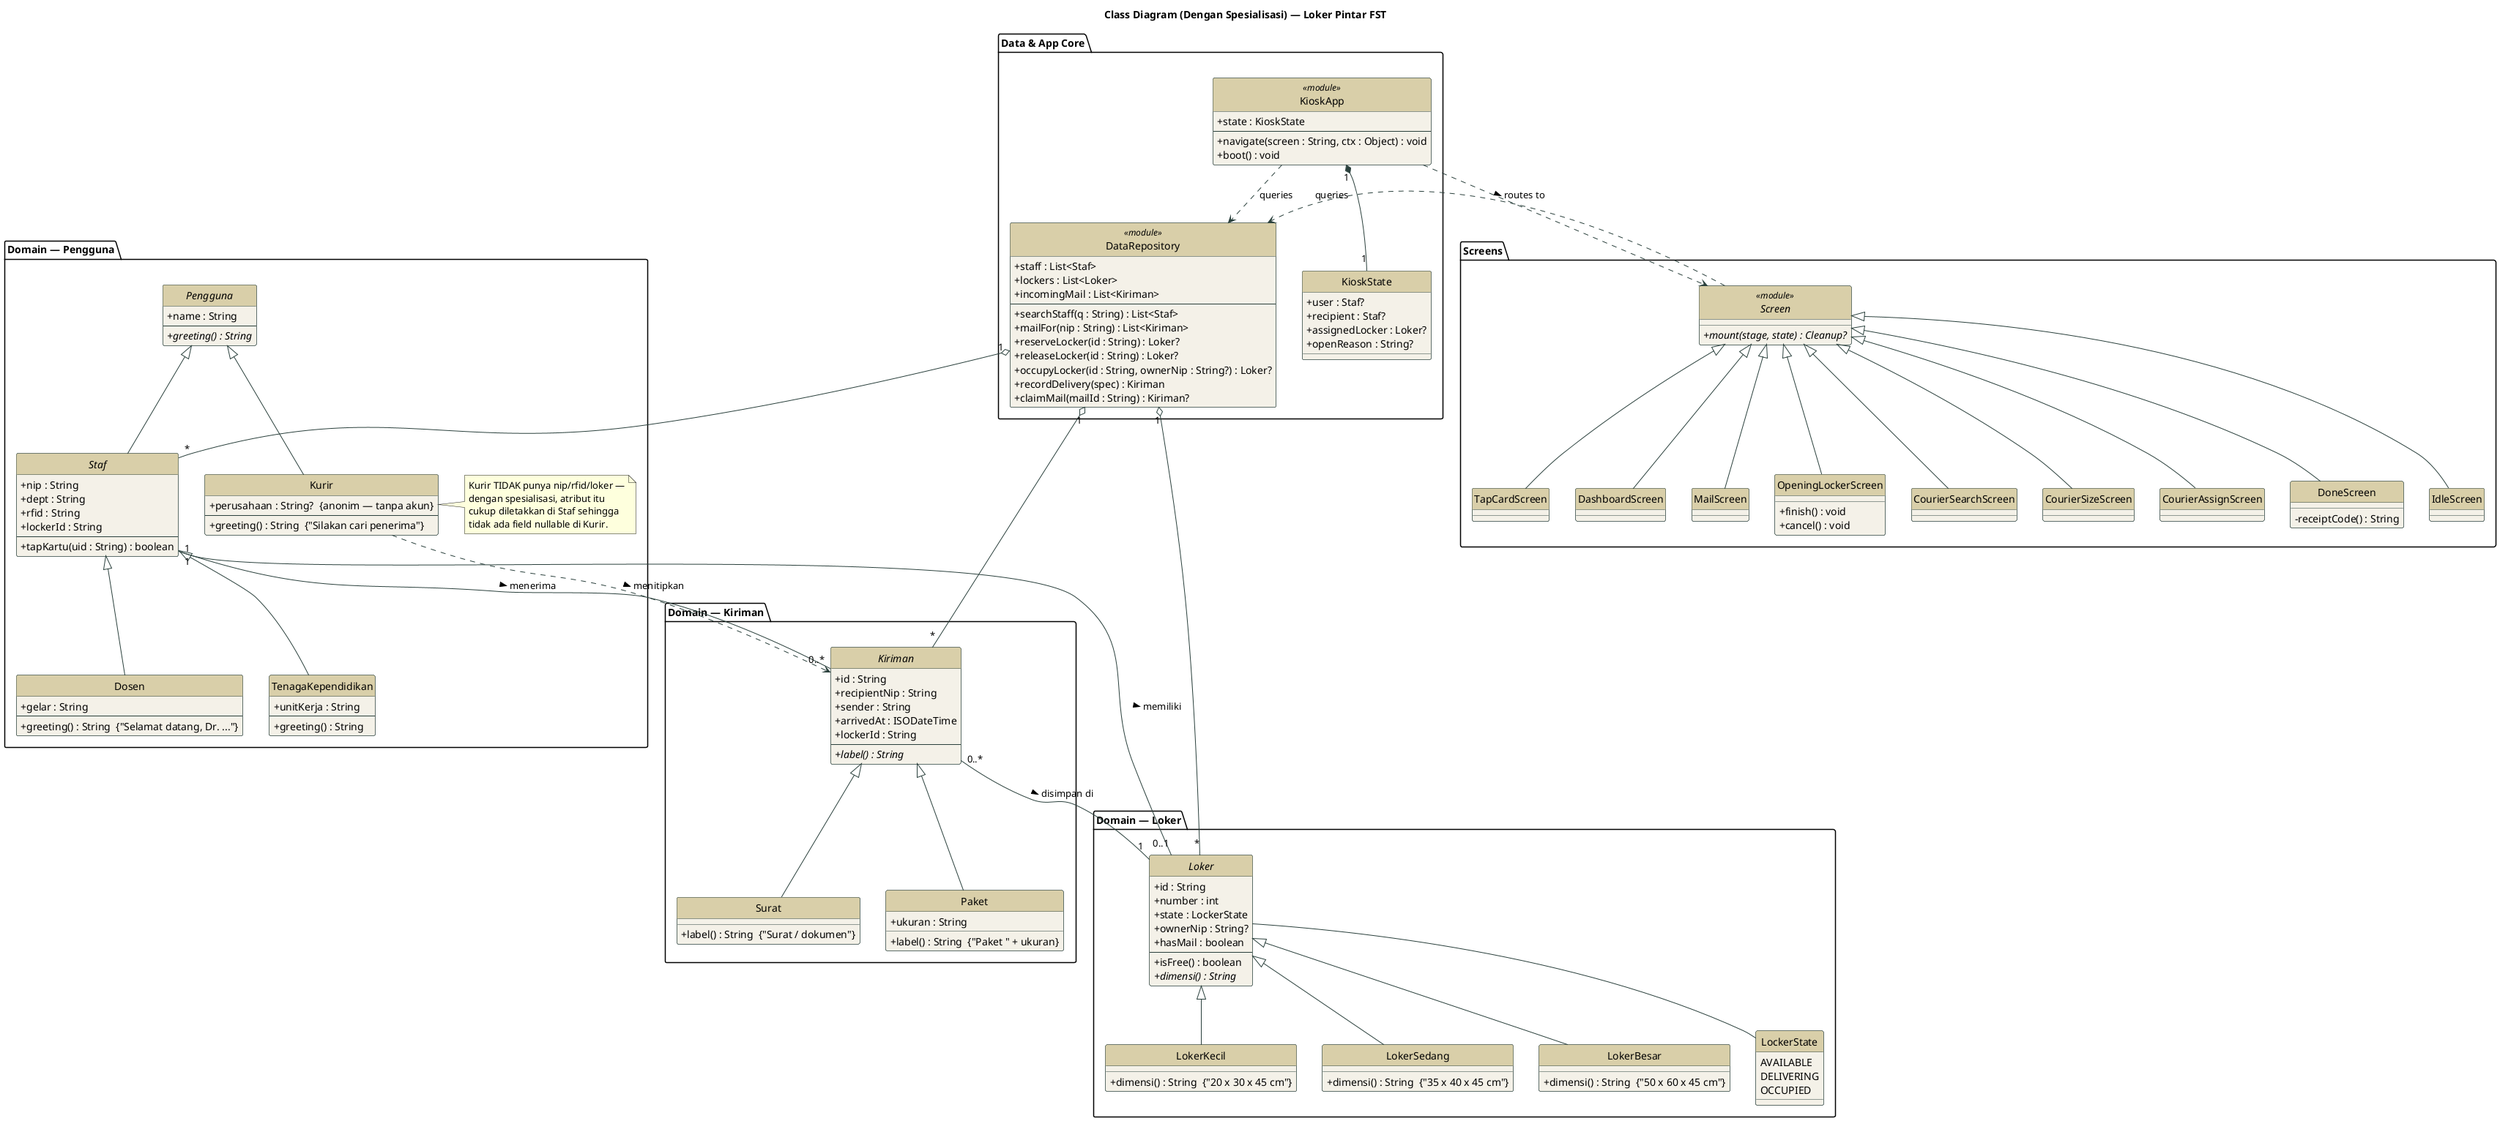
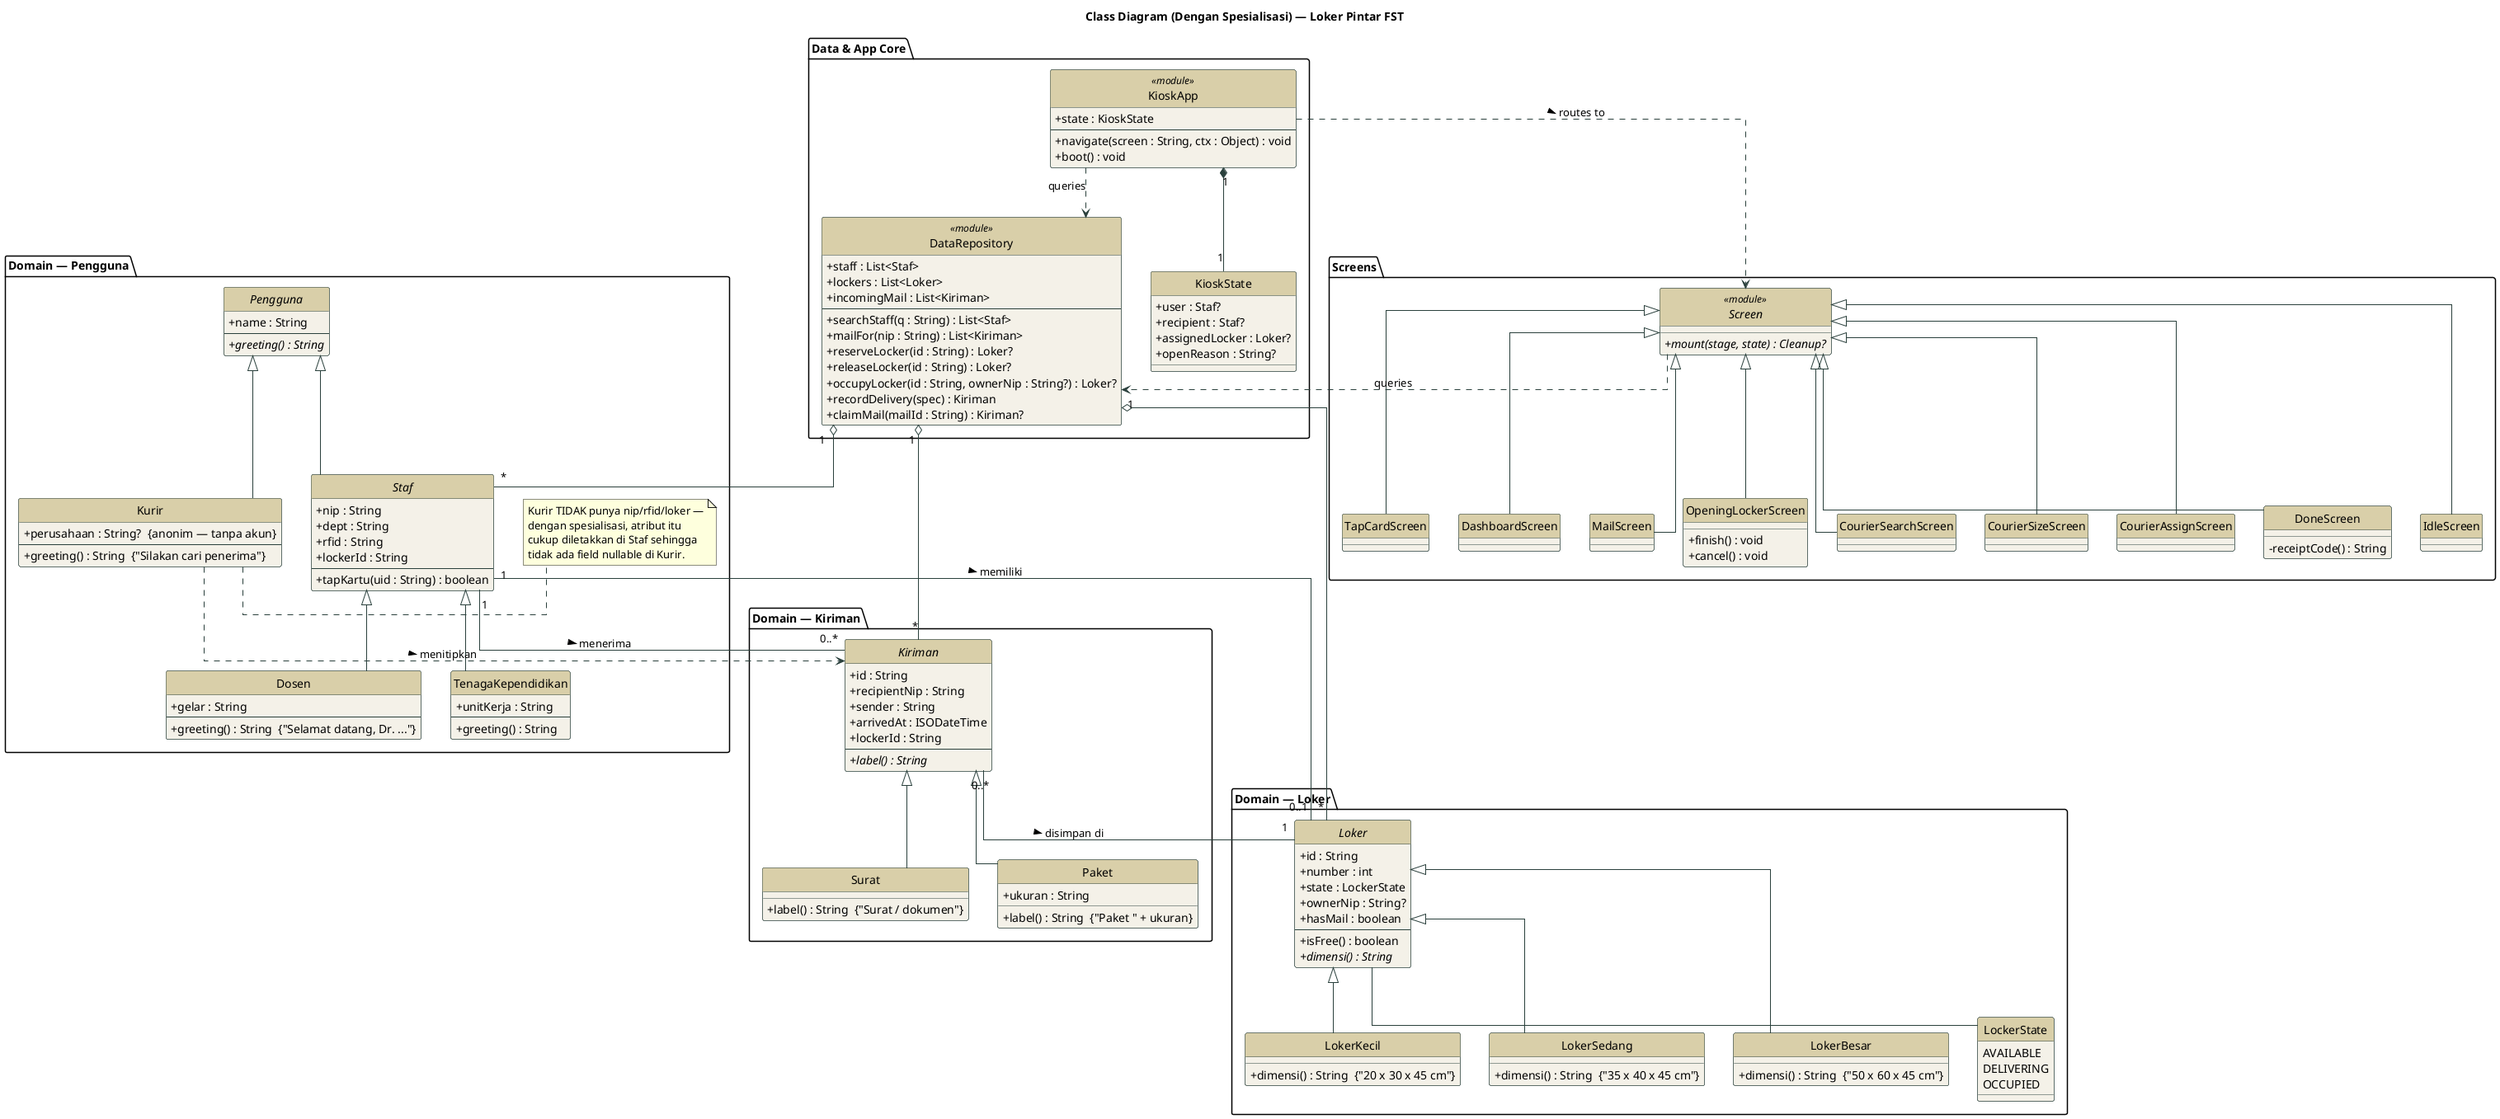
@startuml class-specialization-loker-pintar-fst
title Class Diagram (Dengan Spesialisasi) — Loker Pintar FST

' Versi HIERARKI: variasi dimodelkan dengan generalisasi/spesialisasi
' (inheritance). Bandingkan dengan class-no-specialization.puml untuk
' versi flat yang memakai atribut role/size.

skinparam shadowing false
+ skinparam linetype ortho
skinparam classAttributeIconSize 0
skinparam class {
  BackgroundColor #F4F1E8
  BorderColor #2A403C
  ArrowColor #2A403C
  HeaderBackgroundColor #D9CFA9
}
hide circle

' ================== Hierarki Pengguna ==================
package "Domain — Pengguna" {

  abstract class Pengguna {
    + name : String
    --
    + {abstract} greeting() : String
  }

  abstract class Staf {
    + nip : String
    + dept : String
    + rfid : String
    + lockerId : String
    --
    + tapKartu(uid : String) : boolean
  }

  class Dosen {
    + gelar : String
    --
    + greeting() : String  {"Selamat datang, Dr. ..."}
  }

  class TenagaKependidikan {
    + unitKerja : String
    --
    + greeting() : String
  }

  class Kurir {
    + perusahaan : String?  {anonim — tanpa akun}
    --
    + greeting() : String  {"Silakan cari penerima"}
  }

  Pengguna <|-- Staf
  Staf     <|-- Dosen
  Staf     <|-- TenagaKependidikan
  Pengguna <|-- Kurir

  note right of Kurir
    Kurir TIDAK punya nip/rfid/loker —
    dengan spesialisasi, atribut itu
    cukup diletakkan di Staf sehingga
    tidak ada field nullable di Kurir.
  end note
}

' ================== Hierarki Loker ==================
package "Domain — Loker" {

  abstract class Loker {
    + id : String
    + number : int
    + state : LockerState
    + ownerNip : String?
    + hasMail : boolean
    --
    + isFree() : boolean
    + {abstract} dimensi() : String
  }

  class LokerKecil {
    + dimensi() : String  {"20 x 30 x 45 cm"}
  }
  class LokerSedang {
    + dimensi() : String  {"35 x 40 x 45 cm"}
  }
  class LokerBesar {
    + dimensi() : String  {"50 x 60 x 45 cm"}
  }

  enum LockerState {
    AVAILABLE
    DELIVERING
    OCCUPIED
  }

  Loker <|-- LokerKecil
  Loker <|-- LokerSedang
  Loker <|-- LokerBesar
  Loker -- LockerState
}

' ================== Kiriman ==================
package "Domain — Kiriman" {

  abstract class Kiriman {
    + id : String
    + recipientNip : String
    + sender : String
    + arrivedAt : ISODateTime
    + lockerId : String
    --
    + {abstract} label() : String
  }

  class Surat {
    + label() : String  {"Surat / dokumen"}
  }
  class Paket {
    + ukuran : String
    + label() : String  {"Paket " + ukuran}
  }

  Kiriman <|-- Surat
  Kiriman <|-- Paket
}

' ================== Hierarki Layar ==================
package "Screens" {

  abstract class Screen <<module>> {
    + {abstract} mount(stage, state) : Cleanup?
  }

  class IdleScreen
  class TapCardScreen
  class DashboardScreen
  class MailScreen
  class OpeningLockerScreen {
    + finish() : void
    + cancel() : void
  }
  class CourierSearchScreen
  class CourierSizeScreen
  class CourierAssignScreen
  class DoneScreen {
    - receiptCode() : String
  }

  Screen <|-- IdleScreen
  Screen <|-- TapCardScreen
  Screen <|-- DashboardScreen
  Screen <|-- MailScreen
  Screen <|-- OpeningLockerScreen
  Screen <|-- CourierSearchScreen
  Screen <|-- CourierSizeScreen
  Screen <|-- CourierAssignScreen
  Screen <|-- DoneScreen
}

' ================== Data & App Core ==================
package "Data & App Core" {

  class DataRepository <<module>> {
    + staff : List<Staf>
    + lockers : List<Loker>
    + incomingMail : List<Kiriman>
    --
    + searchStaff(q : String) : List<Staf>
    + mailFor(nip : String) : List<Kiriman>
    + reserveLocker(id : String) : Loker?
    + releaseLocker(id : String) : Loker?
    + occupyLocker(id : String, ownerNip : String?) : Loker?
    + recordDelivery(spec) : Kiriman
    + claimMail(mailId : String) : Kiriman?
  }

  class KioskApp <<module>> {
    + state : KioskState
    --
    + navigate(screen : String, ctx : Object) : void
    + boot() : void
  }

  class KioskState {
    + user : Staf?
    + recipient : Staf?
    + assignedLocker : Loker?
    + openReason : String?
  }
}

' ================== Asosiasi lintas paket ==================
Staf    "1" -- "0..1" Loker   : memiliki >
Staf    "1" -- "0..*" Kiriman : menerima >
Kiriman "0..*" -- "1" Loker   : disimpan di >
Kurir ..> Kiriman : menitipkan >

DataRepository "1" o-- "*" Staf
DataRepository "1" o-- "*" Loker
DataRepository "1" o-- "*" Kiriman

KioskApp "1" *-- "1" KioskState
KioskApp ..> Screen : routes to >
KioskApp ..> DataRepository : queries
Screen ..> DataRepository : queries

@enduml
